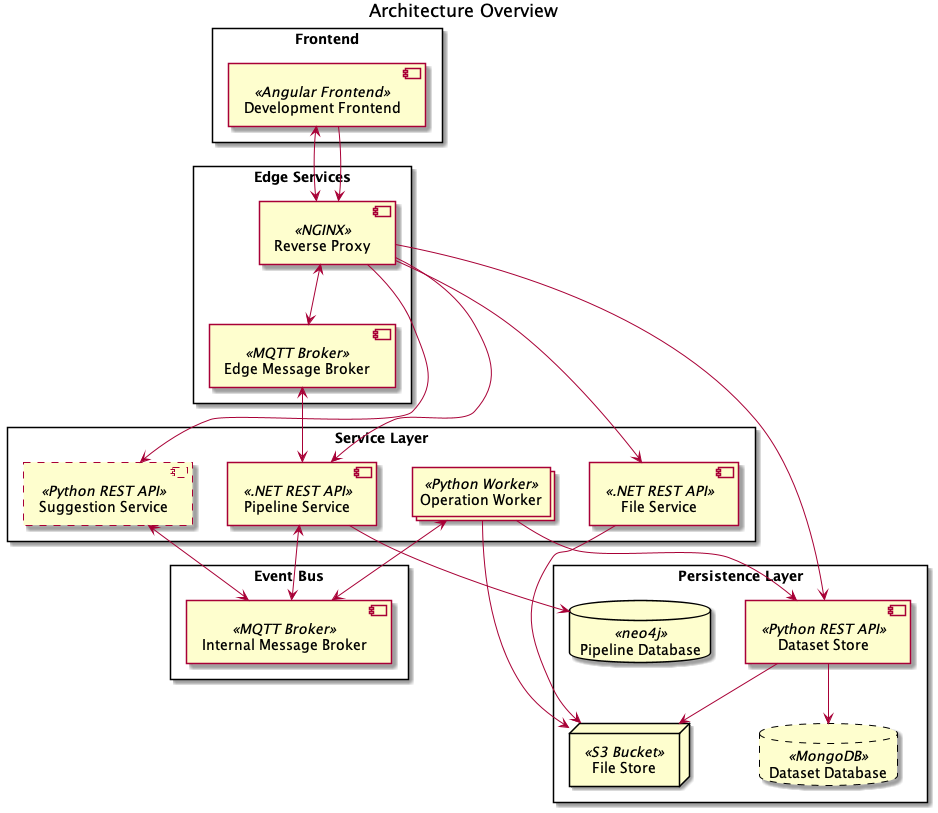
project-hanse/prototype-a keeps this PlantUML diagram as docs/architecture/overview.png. Above is the earlier version.
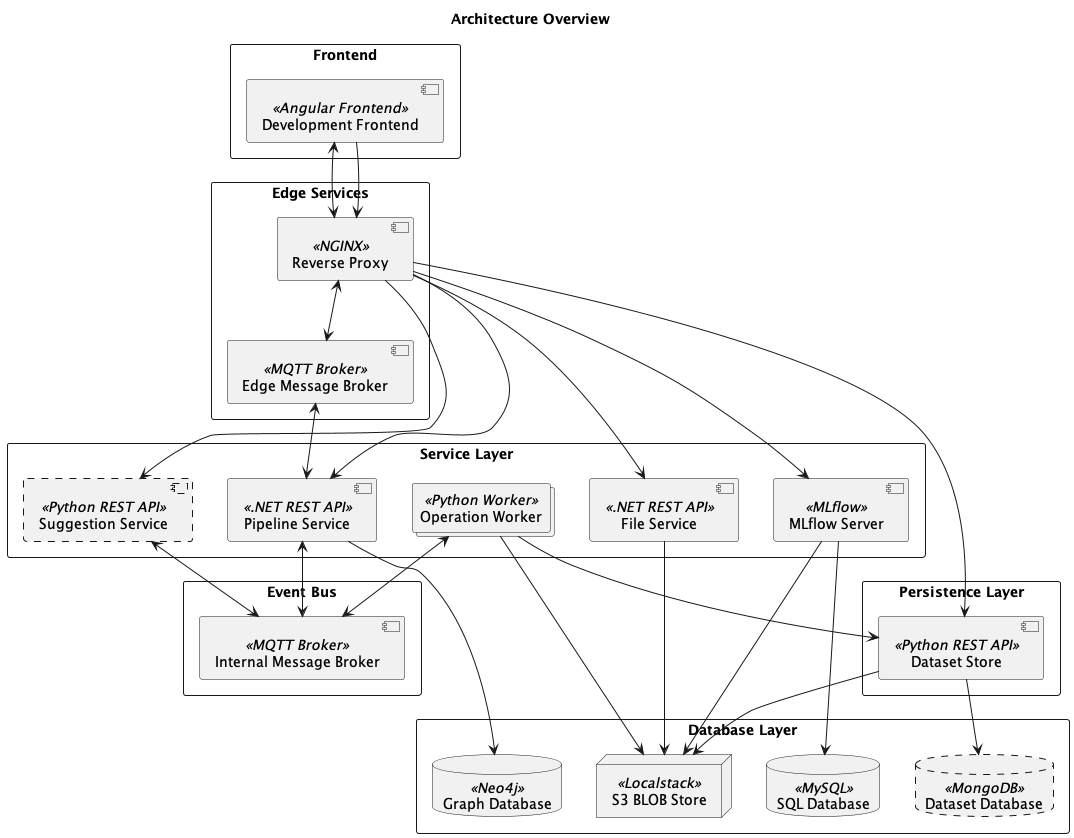
After the change.

Commit message:
docs: update architecture overview to include mlflow and sql database

Change to the diagram source:
```diff
@@ -21,14 +21,18 @@
     collections  "Operation Worker" <<Python Worker>> as worker
     component #line.dashed "Suggestion Service" << Python REST API >> as suggestion_service
     component "File Service" << .NET REST API >> as file_service
+    component "MLflow Server" << MLflow >> as mlflow_server
 }
 
 rectangle "Persistence Layer" {
-    database "Pipeline Database" << neo4j >> as pipeline_db
+    component "Dataset Store" << Python REST API >> as dataset_store
+}
 
-    component "Dataset Store" << Python REST API >> as dataset_store
-    node "File Store" << S3 Bucket >> as file_store
+rectangle "Database Layer" {
+    database "Graph Database" << Neo4j >> as graph_db
+    node "S3 BLOB Store" << Localstack >> as blob_store
     database #line.dashed "Dataset Database" << MongoDB >> as dataset_db
+    database "SQL Database" << MySQL >> as mysql_db
 }
 
 
@@ -40,18 +44,21 @@
 suggestion_service <--> message_broker_internal
 reverse_proxy --> file_service
 reverse_proxy <--> message_broker_edge
+reverse_proxy --> mlflow_server
 
-pipeline_service --> pipeline_db
+pipeline_service --> graph_db
 dataset_store --> dataset_db
-file_service --> file_store
+file_service --> blob_store
 pipeline_service <--> message_broker_internal
 message_broker_internal <--> worker
+mlflow_server --> mysql_db
+mlflow_server --> blob_store
 
 worker --> dataset_store
-worker --> file_store
+worker --> blob_store
 
 message_broker_edge <--> pipeline_service
 
 reverse_proxy --> dataset_store
-dataset_store --> file_store
+dataset_store --> blob_store
 @enduml
```
